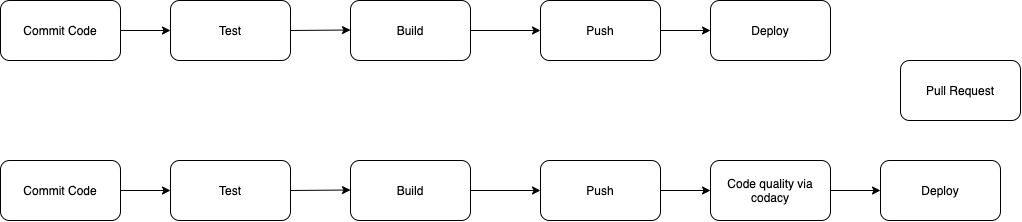
Above: admin/cipipeline/phase1.drawio.png in cse110-sp21-group27/cse110-sp21-group27 (draw.io), before the change. Source tidied: cells renumbered, new cells last; positions are measured from the earlier drawing's top-left corner, leaving out a move shared by most shapes.
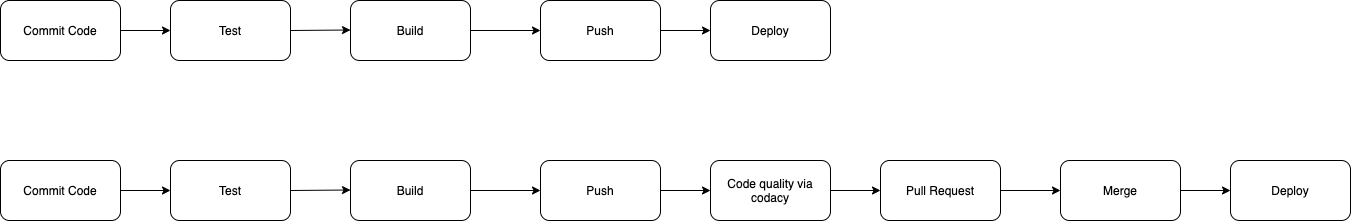
After the change.

Change to the diagram source:
```diff
@@ -55,7 +55,7 @@
       <mxGeometry relative="1" as="geometry" />
     </mxCell>
     <mxCell id="18" value="Deploy" style="rounded=1;whiteSpace=wrap;html=1;" parent="1" vertex="1">
-      <mxGeometry x="880" y="160" width="120" height="60" as="geometry" />
+      <mxGeometry x="1230" y="160" width="120" height="60" as="geometry" />
     </mxCell>
     <mxCell id="19" value="Code quality via codacy" style="rounded=1;whiteSpace=wrap;html=1;" parent="1" vertex="1">
       <mxGeometry x="710" y="160" width="120" height="60" as="geometry" />
@@ -63,11 +63,20 @@
     <mxCell id="20" style="endArrow=classic;html=1;exitX=1;exitY=0.5;exitDx=0;exitDy=0;entryX=0;entryY=0.5;entryDx=0;entryDy=0;" parent="1" edge="1" source="14" target="19">
       <mxGeometry relative="1" as="geometry" />
     </mxCell>
-    <mxCell id="21" style="endArrow=classic;html=1;exitX=1;exitY=0.5;exitDx=0;exitDy=0;entryX=0;entryY=0.5;entryDx=0;entryDy=0;" parent="1" edge="1" source="19" target="18">
-      <mxGeometry relative="1" as="geometry" />
-    </mxCell>
     <mxCell id="22" value="Pull Request" style="rounded=1;whiteSpace=wrap;html=1;" parent="1" vertex="1">
-      <mxGeometry x="900" y="60" width="120" height="60" as="geometry" />
+      <mxGeometry x="880" y="160" width="120" height="60" as="geometry" />
     </mxCell>
+    <mxCell id="23" value="Merge" style="rounded=1;whiteSpace=wrap;html=1;" parent="1" vertex="1">
+      <mxGeometry x="1060" y="160" width="120" height="60" as="geometry" />
+    </mxCell>
+    <mxCell id="24" style="endArrow=classic;html=1;exitX=1;exitY=0.5;exitDx=0;exitDy=0;entryX=0;entryY=0.5;entryDx=0;entryDy=0;" parent="1" edge="1" source="19" target="22">
+      <mxGeometry relative="1" as="geometry" />
+    </mxCell>
+    <mxCell id="25" style="endArrow=classic;html=1;exitX=1;exitY=0.5;exitDx=0;exitDy=0;entryX=0;entryY=0.5;entryDx=0;entryDy=0;" parent="1" edge="1" source="22" target="23">
+      <mxGeometry relative="1" as="geometry" />
+    </mxCell>
+    <mxCell id="26" style="endArrow=classic;html=1;exitX=1;exitY=0.5;exitDx=0;exitDy=0;entryX=0;entryY=0.5;entryDx=0;entryDy=0;" parent="1" edge="1" source="23" target="18">
+      <mxGeometry relative="1" as="geometry" />
+    </mxCell>
   </root>
 </mxGraphModel>
```
